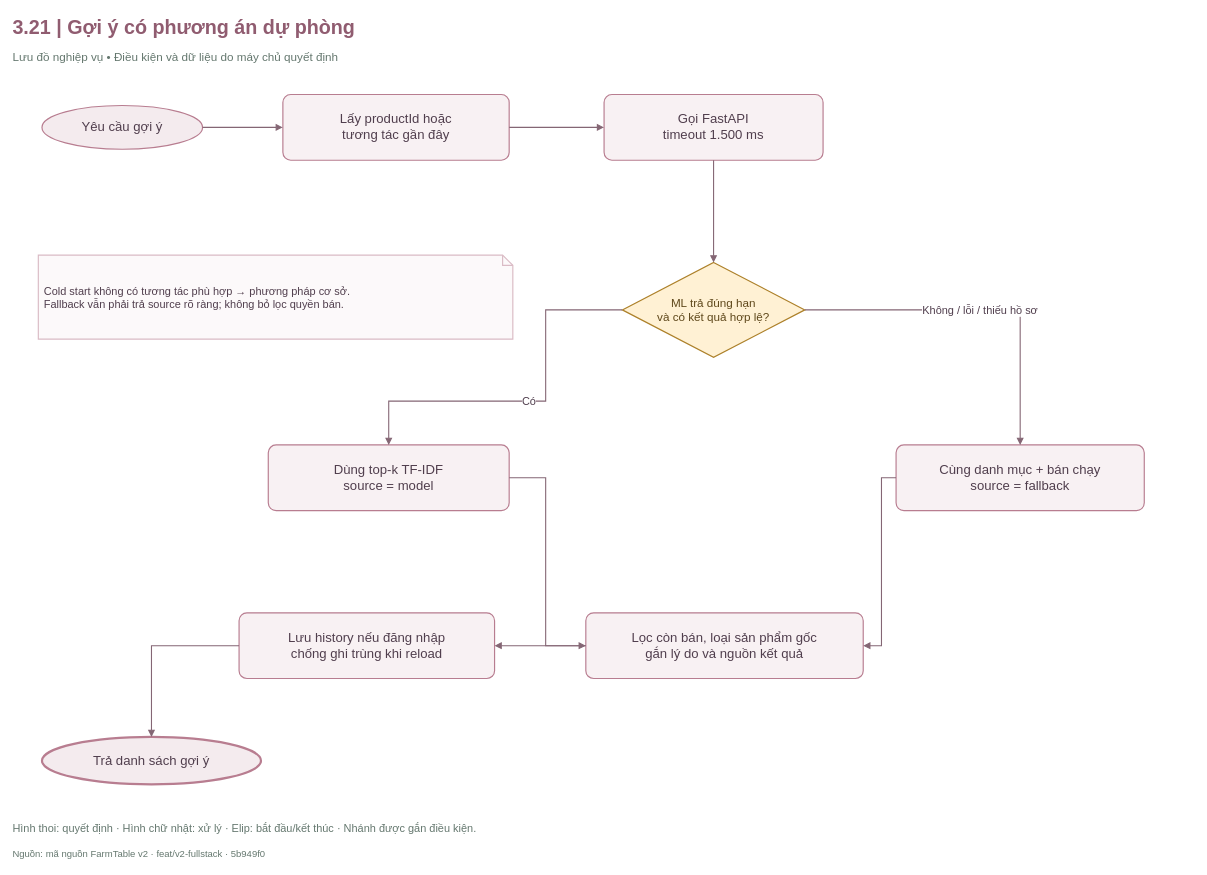
Earlier version of the draw.io diagram FarmTable_Chuong3/So_do_BA/drawio/Hinh_3_21.drawio (hathu1272006-eng/PTWnangcao). Source tidied: cells renumbered, new cells numbered last; positions are measured from the earlier drawing's top-left corner, leaving out a move shared by most shapes. Both pictures are drawn from the tidied source at 73%, with x=0, y=0 at pixel (12, 12).
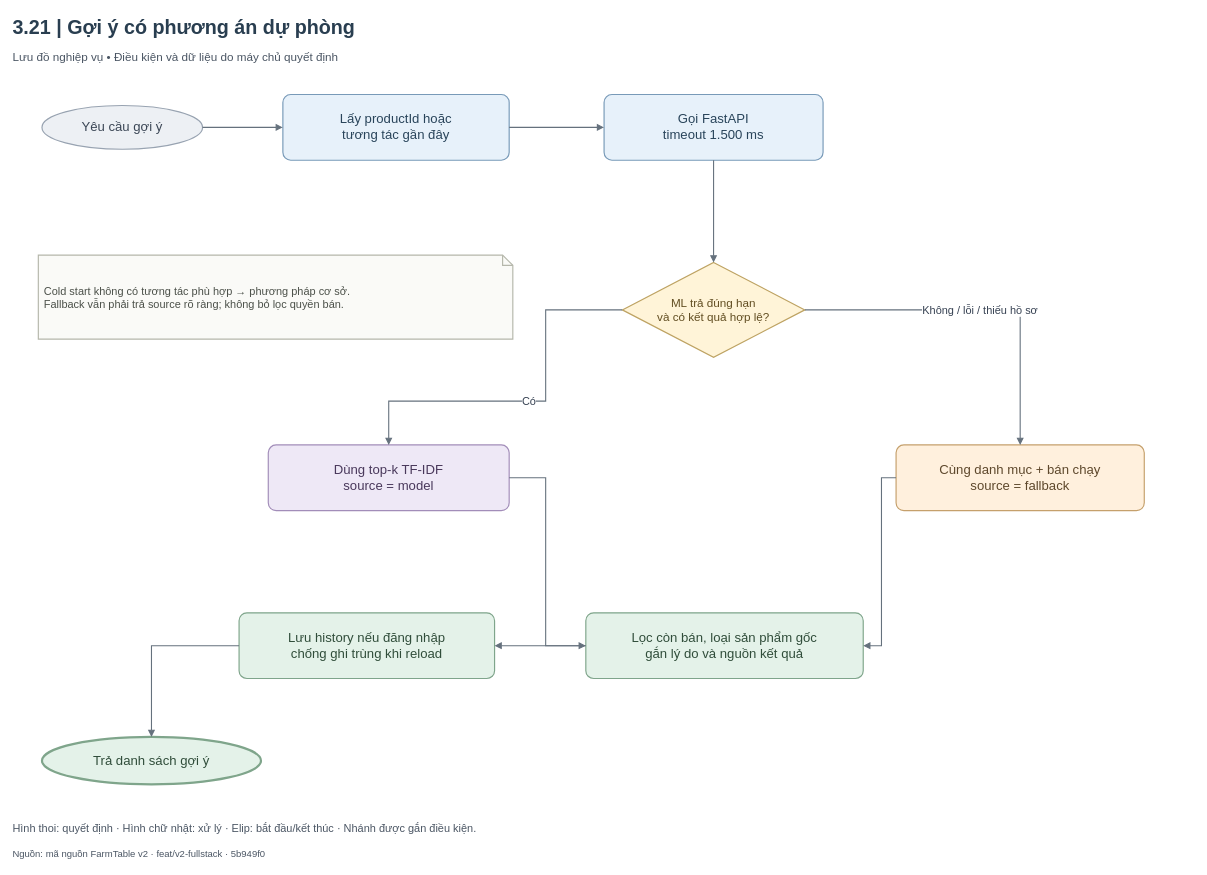
The same page after the edit.

Diff of the diagram source:
```diff
@@
-    <mxCell id="2" value="3.21  |  Gợi ý có phương án dự phòng" style="html=1;whiteSpace=wrap;fontFamily=Arial;fontSize=18;strokeColor=#245C47;strokeWidth=1.6;fillColor=#FFFFFF;spacing=8;text;strokeColor=none;fillColor=none;align=left;verticalAlign=middle;fontSize=27;fontStyle=1;spacing=0;fontColor=#905C70;" parent="1" vertex="1">
+    <mxCell id="2" value="3.21  |  Gợi ý có phương án dự phòng" style="html=1;whiteSpace=wrap;fontFamily=Arial;fontSize=18;strokeColor=#245C47;strokeWidth=1.6;fillColor=#FFFFFF;spacing=8;text;strokeColor=none;fillColor=none;align=left;verticalAlign=middle;fontSize=27;fontStyle=1;spacing=0;fontColor=#293E50;" parent="1" vertex="1">
       <mxGeometry width="1620" height="40" as="geometry" />
     </mxCell>
-    <mxCell id="3" value="Lưu đồ nghiệp vụ  •  Điều kiện và dữ liệu do máy chủ quyết định" style="html=1;whiteSpace=wrap;fontFamily=Arial;fontSize=18;fontColor=#243B32;strokeColor=#245C47;strokeWidth=1.6;fillColor=#FFFFFF;spacing=8;text;strokeColor=none;fillColor=none;align=left;verticalAlign=middle;fontSize=16;fontStyle=0;fontColor=#64776E;spacing=0;" parent="1" vertex="1">
+    <mxCell id="3" value="Lưu đồ nghiệp vụ  •  Điều kiện và dữ liệu do máy chủ quyết định" style="html=1;whiteSpace=wrap;fontFamily=Arial;fontSize=18;strokeColor=#245C47;strokeWidth=1.6;fillColor=#FFFFFF;spacing=8;text;strokeColor=none;fillColor=none;align=left;verticalAlign=middle;fontSize=16;fontStyle=0;spacing=0;fontColor=#4A5563;" parent="1" vertex="1">
       <mxGeometry y="47" width="1620" height="28" as="geometry" />
     </mxCell>
-    <mxCell id="4" value="Yêu cầu gợi ý" style="html=1;whiteSpace=wrap;fontFamily=Arial;fontSize=18;strokeWidth=1.6;spacing=8;ellipse;fillColor=#F4EBEE;strokeColor=#B87D90;fontColor=#503E4D;" parent="1" vertex="1">
+    <mxCell id="4" value="Yêu cầu gợi ý" style="html=1;whiteSpace=wrap;fontFamily=Arial;fontSize=18;strokeWidth=1.6;spacing=8;ellipse;fillColor=#EDF0F4;strokeColor=#98A3B1;fontColor=#3B4655;" parent="1" vertex="1">
       <mxGeometry x="40" y="127" width="220" height="60" as="geometry" />
     </mxCell>
-    <mxCell id="5" value="Lấy productId hoặc&lt;br/&gt;tương tác gần đây" style="html=1;whiteSpace=wrap;fontFamily=Arial;fontSize=18;strokeWidth=1.6;spacing=8;rounded=1;arcSize=12;fillColor=#F8F1F3;strokeColor=#B87D90;fontColor=#503E4D;" parent="1" vertex="1">
+    <mxCell id="5" value="Lấy productId hoặc&lt;br/&gt;tương tác gần đây" style="html=1;whiteSpace=wrap;fontFamily=Arial;fontSize=18;strokeWidth=1.6;spacing=8;rounded=1;arcSize=12;fillColor=#E7F1FA;strokeColor=#789AB8;fontColor=#29445A;" parent="1" vertex="1">
       <mxGeometry x="370" y="112" width="310" height="90" as="geometry" />
     </mxCell>
-    <mxCell id="6" value="Gọi FastAPI&lt;br/&gt;timeout 1.500 ms" style="html=1;whiteSpace=wrap;fontFamily=Arial;fontSize=18;strokeWidth=1.6;spacing=8;rounded=1;arcSize=12;fillColor=#F8F1F3;strokeColor=#B87D90;fontColor=#503E4D;" parent="1" vertex="1">
+    <mxCell id="6" value="Gọi FastAPI&lt;br/&gt;timeout 1.500 ms" style="html=1;whiteSpace=wrap;fontFamily=Arial;fontSize=18;strokeWidth=1.6;spacing=8;rounded=1;arcSize=12;fillColor=#E7F1FA;strokeColor=#789AB8;fontColor=#29445A;" parent="1" vertex="1">
       <mxGeometry x="810" y="112" width="300" height="90" as="geometry" />
     </mxCell>
-    <mxCell id="7" value="ML trả đúng hạn&lt;br/&gt;và có kết quả hợp lệ?" style="html=1;whiteSpace=wrap;fontFamily=Arial;fontSize=18;strokeWidth=1.6;spacing=8;rhombus;fontSize=16;spacing=3;fillColor=#FFF1D4;strokeColor=#AD812A;fontColor=#5F481B;" parent="1" vertex="1">
+    <mxCell id="7" value="ML trả đúng hạn&lt;br/&gt;và có kết quả hợp lệ?" style="html=1;whiteSpace=wrap;fontFamily=Arial;fontSize=18;strokeWidth=1.6;spacing=8;rhombus;fontSize=16;spacing=3;fillColor=#FFF4D8;strokeColor=#BEA363;fontColor=#624E22;" parent="1" vertex="1">
       <mxGeometry x="835" y="342" width="250" height="130" as="geometry" />
     </mxCell>
-    <mxCell id="8" value="Dùng top-k TF-IDF&lt;br/&gt;source = model" style="html=1;whiteSpace=wrap;fontFamily=Arial;fontSize=18;strokeWidth=1.6;spacing=8;rounded=1;arcSize=12;fillColor=#F8F1F3;strokeColor=#B87D90;fontColor=#503E4D;" parent="1" vertex="1">
+    <mxCell id="8" value="Dùng top-k TF-IDF&lt;br/&gt;source = model" style="html=1;whiteSpace=wrap;fontFamily=Arial;fontSize=18;strokeWidth=1.6;spacing=8;rounded=1;arcSize=12;fillColor=#EEE8F6;strokeColor=#A28DB9;fontColor=#49385B;" parent="1" vertex="1">
       <mxGeometry x="350" y="592" width="330" height="90" as="geometry" />
     </mxCell>
-    <mxCell id="9" value="Cùng danh mục + bán chạy&lt;br/&gt;source = fallback" style="html=1;whiteSpace=wrap;fontFamily=Arial;fontSize=18;strokeWidth=1.6;spacing=8;rounded=1;arcSize=12;fillColor=#F8F1F3;strokeColor=#B87D90;fontColor=#503E4D;" parent="1" vertex="1">
+    <mxCell id="9" value="Cùng danh mục + bán chạy&lt;br/&gt;source = fallback" style="html=1;whiteSpace=wrap;fontFamily=Arial;fontSize=18;strokeWidth=1.6;spacing=8;rounded=1;arcSize=12;fillColor=#FFF0DD;strokeColor=#C5A06C;fontColor=#5E482C;" parent="1" vertex="1">
       <mxGeometry x="1210" y="592" width="340" height="90" as="geometry" />
     </mxCell>
-    <mxCell id="10" value="Lọc còn bán, loại sản phẩm gốc&lt;br/&gt;gắn lý do và nguồn kết quả" style="html=1;whiteSpace=wrap;fontFamily=Arial;fontSize=18;strokeWidth=1.6;spacing=8;rounded=1;arcSize=12;fillColor=#F8F1F3;strokeColor=#B87D90;fontColor=#503E4D;" parent="1" vertex="1">
+    <mxCell id="10" value="Lọc còn bán, loại sản phẩm gốc&lt;br/&gt;gắn lý do và nguồn kết quả" style="html=1;whiteSpace=wrap;fontFamily=Arial;fontSize=18;strokeWidth=1.6;spacing=8;rounded=1;arcSize=12;fillColor=#E4F2E9;strokeColor=#7FA58B;fontColor=#304D3A;" parent="1" vertex="1">
       <mxGeometry x="785" y="822" width="380" height="90" as="geometry" />
     </mxCell>
-    <mxCell id="11" value="Lưu history nếu đăng nhập&lt;br/&gt;chống ghi trùng khi reload" style="html=1;whiteSpace=wrap;fontFamily=Arial;fontSize=18;strokeWidth=1.6;spacing=8;rounded=1;arcSize=12;fillColor=#F8F1F3;strokeColor=#B87D90;fontColor=#503E4D;" parent="1" vertex="1">
+    <mxCell id="11" value="Lưu history nếu đăng nhập&lt;br/&gt;chống ghi trùng khi reload" style="html=1;whiteSpace=wrap;fontFamily=Arial;fontSize=18;strokeWidth=1.6;spacing=8;rounded=1;arcSize=12;fillColor=#E4F2E9;strokeColor=#7FA58B;fontColor=#304D3A;" parent="1" vertex="1">
       <mxGeometry x="310" y="822" width="350" height="90" as="geometry" />
     </mxCell>
-    <mxCell id="12" value="Trả danh sách gợi ý" style="html=1;whiteSpace=wrap;fontFamily=Arial;fontSize=18;strokeWidth=1.6;spacing=8;ellipse;strokeWidth=3;fillColor=#F4EBEE;strokeColor=#B87D90;fontColor=#503E4D;" parent="1" vertex="1">
+    <mxCell id="12" value="Trả danh sách gợi ý" style="html=1;whiteSpace=wrap;fontFamily=Arial;fontSize=18;strokeWidth=1.6;spacing=8;ellipse;strokeWidth=3;fillColor=#E4F2E9;strokeColor=#7FA58B;fontColor=#304D3A;" parent="1" vertex="1">
       <mxGeometry x="40" y="992" width="300" height="65" as="geometry" />
     </mxCell>
-    <mxCell id="13" style="edgeStyle=orthogonalEdgeStyle;rounded=0;jettySize=20;html=1;fontFamily=Arial;fontSize=15;labelBackgroundColor=#FFFFFF;strokeWidth=1.5;endArrow=block;endFill=1;exitX=1;exitY=0.5;entryX=0;entryY=0.5;exitDx=0;exitDy=0;entryDx=0;entryDy=0;strokeColor=#846674;fontColor=#503E4D;" parent="1" edge="1" source="4" target="5">
+    <mxCell id="13" style="edgeStyle=orthogonalEdgeStyle;rounded=0;jettySize=20;html=1;fontFamily=Arial;fontSize=15;labelBackgroundColor=#FFFFFF;strokeWidth=1.5;endArrow=block;endFill=1;exitX=1;exitY=0.5;entryX=0;entryY=0.5;exitDx=0;exitDy=0;entryDx=0;entryDy=0;strokeColor=#65717D;fontColor=#364152;" parent="1" edge="1" source="4" target="5">
       <mxGeometry relative="1" as="geometry" />
     </mxCell>
-    <mxCell id="14" style="edgeStyle=orthogonalEdgeStyle;rounded=0;jettySize=20;html=1;fontFamily=Arial;fontSize=15;labelBackgroundColor=#FFFFFF;strokeWidth=1.5;endArrow=block;endFill=1;exitX=1;exitY=0.5;entryX=0;entryY=0.5;exitDx=0;exitDy=0;entryDx=0;entryDy=0;strokeColor=#846674;fontColor=#503E4D;" parent="1" edge="1" source="5" target="6">
+    <mxCell id="14" style="edgeStyle=orthogonalEdgeStyle;rounded=0;jettySize=20;html=1;fontFamily=Arial;fontSize=15;labelBackgroundColor=#FFFFFF;strokeWidth=1.5;endArrow=block;endFill=1;exitX=1;exitY=0.5;entryX=0;entryY=0.5;exitDx=0;exitDy=0;entryDx=0;entryDy=0;strokeColor=#65717D;fontColor=#364152;" parent="1" edge="1" source="5" target="6">
       <mxGeometry relative="1" as="geometry" />
     </mxCell>
-    <mxCell id="15" style="edgeStyle=orthogonalEdgeStyle;rounded=0;jettySize=20;html=1;fontFamily=Arial;fontSize=15;labelBackgroundColor=#FFFFFF;strokeWidth=1.5;endArrow=block;endFill=1;exitX=0.5;exitY=1;entryX=0.5;entryY=0;exitDx=0;exitDy=0;entryDx=0;entryDy=0;strokeColor=#846674;fontColor=#503E4D;" parent="1" edge="1" source="6" target="7">
+    <mxCell id="15" style="edgeStyle=orthogonalEdgeStyle;rounded=0;jettySize=20;html=1;fontFamily=Arial;fontSize=15;labelBackgroundColor=#FFFFFF;strokeWidth=1.5;endArrow=block;endFill=1;exitX=0.5;exitY=1;entryX=0.5;entryY=0;exitDx=0;exitDy=0;entryDx=0;entryDy=0;strokeColor=#65717D;fontColor=#364152;" parent="1" edge="1" source="6" target="7">
       <mxGeometry relative="1" as="geometry" />
     </mxCell>
-    <mxCell id="16" value="Có" style="edgeStyle=orthogonalEdgeStyle;rounded=0;jettySize=20;html=1;fontFamily=Arial;fontSize=15;labelBackgroundColor=#FFFFFF;strokeWidth=1.5;endArrow=block;endFill=1;exitX=0;exitY=0.5;entryX=0.5;entryY=0;exitDx=0;exitDy=0;entryDx=0;entryDy=0;strokeColor=#846674;fontColor=#503E4D;" parent="1" edge="1" source="7" target="8">
+    <mxCell id="16" value="Có" style="edgeStyle=orthogonalEdgeStyle;rounded=0;jettySize=20;html=1;fontFamily=Arial;fontSize=15;labelBackgroundColor=#FFFFFF;strokeWidth=1.5;endArrow=block;endFill=1;exitX=0;exitY=0.5;entryX=0.5;entryY=0;exitDx=0;exitDy=0;entryDx=0;entryDy=0;strokeColor=#65717D;fontColor=#364152;" parent="1" edge="1" source="7" target="8">
       <mxGeometry relative="1" as="geometry">
         <Array as="points">
           <mxPoint x="730" y="407" />
           <mxPoint x="730" y="532" />
           <mxPoint x="515" y="532" />
         </Array>
       </mxGeometry>
     </mxCell>
-    <mxCell id="17" value="Không / lỗi / thiếu hồ sơ" style="edgeStyle=orthogonalEdgeStyle;rounded=0;jettySize=20;html=1;fontFamily=Arial;fontSize=15;labelBackgroundColor=#FFFFFF;strokeWidth=1.5;endArrow=block;endFill=1;exitX=1;exitY=0.5;entryX=0.5;entryY=0;exitDx=0;exitDy=0;entryDx=0;entryDy=0;strokeColor=#846674;fontColor=#503E4D;" parent="1" edge="1" source="7" target="9">
+    <mxCell id="17" value="Không / lỗi / thiếu hồ sơ" style="edgeStyle=orthogonalEdgeStyle;rounded=0;jettySize=20;html=1;fontFamily=Arial;fontSize=15;labelBackgroundColor=#FFFFFF;strokeWidth=1.5;endArrow=block;endFill=1;exitX=1;exitY=0.5;entryX=0.5;entryY=0;exitDx=0;exitDy=0;entryDx=0;entryDy=0;strokeColor=#65717D;fontColor=#364152;" parent="1" edge="1" source="7" target="9">
       <mxGeometry relative="1" as="geometry" />
     </mxCell>
-    <mxCell id="18" style="edgeStyle=orthogonalEdgeStyle;rounded=0;jettySize=20;html=1;fontFamily=Arial;fontSize=15;labelBackgroundColor=#FFFFFF;strokeWidth=1.5;endArrow=block;endFill=1;exitX=1;exitY=0.5;entryX=0;entryY=0.5;exitDx=0;exitDy=0;entryDx=0;entryDy=0;strokeColor=#846674;fontColor=#503E4D;" parent="1" edge="1" source="8" target="10">
+    <mxCell id="18" style="edgeStyle=orthogonalEdgeStyle;rounded=0;jettySize=20;html=1;fontFamily=Arial;fontSize=15;labelBackgroundColor=#FFFFFF;strokeWidth=1.5;endArrow=block;endFill=1;exitX=1;exitY=0.5;entryX=0;entryY=0.5;exitDx=0;exitDy=0;entryDx=0;entryDy=0;strokeColor=#65717D;fontColor=#364152;" parent="1" edge="1" source="8" target="10">
       <mxGeometry relative="1" as="geometry">
         <Array as="points">
           <mxPoint x="730" y="637" />
           <mxPoint x="730" y="867" />
         </Array>
       </mxGeometry>
     </mxCell>
-    <mxCell id="19" style="edgeStyle=orthogonalEdgeStyle;rounded=0;jettySize=20;html=1;fontFamily=Arial;fontSize=15;labelBackgroundColor=#FFFFFF;strokeWidth=1.5;endArrow=block;endFill=1;exitX=0;exitY=0.5;entryX=1;entryY=0.5;exitDx=0;exitDy=0;entryDx=0;entryDy=0;strokeColor=#846674;fontColor=#503E4D;" parent="1" edge="1" source="9" target="10">
+    <mxCell id="19" style="edgeStyle=orthogonalEdgeStyle;rounded=0;jettySize=20;html=1;fontFamily=Arial;fontSize=15;labelBackgroundColor=#FFFFFF;strokeWidth=1.5;endArrow=block;endFill=1;exitX=0;exitY=0.5;entryX=1;entryY=0.5;exitDx=0;exitDy=0;entryDx=0;entryDy=0;strokeColor=#65717D;fontColor=#364152;" parent="1" edge="1" source="9" target="10">
       <mxGeometry relative="1" as="geometry">
         <Array as="points">
           <mxPoint x="1190" y="637" />
           <mxPoint x="1190" y="867" />
         </Array>
       </mxGeometry>
     </mxCell>
-    <mxCell id="20" style="edgeStyle=orthogonalEdgeStyle;rounded=0;jettySize=20;html=1;fontFamily=Arial;fontSize=15;labelBackgroundColor=#FFFFFF;strokeWidth=1.5;endArrow=block;endFill=1;exitX=0;exitY=0.5;entryX=1;entryY=0.5;exitDx=0;exitDy=0;entryDx=0;entryDy=0;strokeColor=#846674;fontColor=#503E4D;" parent="1" edge="1" source="10" target="11">
+    <mxCell id="20" style="edgeStyle=orthogonalEdgeStyle;rounded=0;jettySize=20;html=1;fontFamily=Arial;fontSize=15;labelBackgroundColor=#FFFFFF;strokeWidth=1.5;endArrow=block;endFill=1;exitX=0;exitY=0.5;entryX=1;entryY=0.5;exitDx=0;exitDy=0;entryDx=0;entryDy=0;strokeColor=#65717D;fontColor=#364152;" parent="1" edge="1" source="10" target="11">
       <mxGeometry relative="1" as="geometry" />
     </mxCell>
-    <mxCell id="21" style="edgeStyle=orthogonalEdgeStyle;rounded=0;jettySize=20;html=1;fontFamily=Arial;fontSize=15;labelBackgroundColor=#FFFFFF;strokeWidth=1.5;endArrow=block;endFill=1;exitX=0;exitY=0.5;entryX=0.5;entryY=0;exitDx=0;exitDy=0;entryDx=0;entryDy=0;strokeColor=#846674;fontColor=#503E4D;" parent="1" edge="1" source="11" target="12">
+    <mxCell id="21" style="edgeStyle=orthogonalEdgeStyle;rounded=0;jettySize=20;html=1;fontFamily=Arial;fontSize=15;labelBackgroundColor=#FFFFFF;strokeWidth=1.5;endArrow=block;endFill=1;exitX=0;exitY=0.5;entryX=0.5;entryY=0;exitDx=0;exitDy=0;entryDx=0;entryDy=0;strokeColor=#65717D;fontColor=#364152;" parent="1" edge="1" source="11" target="12">
       <mxGeometry relative="1" as="geometry" />
     </mxCell>
-    <mxCell id="22" value="Cold start không có tương tác phù hợp → phương pháp cơ sở.&lt;br/&gt;Fallback vẫn phải trả source rõ ràng; không bỏ lọc quyền bán." style="html=1;whiteSpace=wrap;fontFamily=Arial;fontSize=18;strokeWidth=1.6;spacing=8;shape=note;size=14;align=left;fontSize=15;fillColor=#FCF9FA;strokeColor=#DABBC5;fontColor=#503E4D;" parent="1" vertex="1">
+    <mxCell id="22" value="Cold start không có tương tác phù hợp → phương pháp cơ sở.&lt;br/&gt;Fallback vẫn phải trả source rõ ràng; không bỏ lọc quyền bán." style="html=1;whiteSpace=wrap;fontFamily=Arial;fontSize=18;strokeWidth=1.6;spacing=8;shape=note;size=14;align=left;fontSize=15;fillColor=#FAFAF7;strokeColor=#B5B7AB;fontColor=#4B5049;" parent="1" vertex="1">
       <mxGeometry x="35" y="332" width="650" height="115" as="geometry" />
     </mxCell>
-    <mxCell id="23" value="Hình thoi: quyết định · Hình chữ nhật: xử lý · Elip: bắt đầu/kết thúc · Nhánh được gắn điều kiện." style="html=1;whiteSpace=wrap;fontFamily=Arial;fontSize=18;fontColor=#243B32;strokeColor=#245C47;strokeWidth=1.6;fillColor=#FFFFFF;spacing=8;text;strokeColor=none;fillColor=none;align=left;verticalAlign=middle;fontSize=15;fontStyle=0;fontColor=#64776E;spacing=0;" parent="1" vertex="1">
+    <mxCell id="23" value="Hình thoi: quyết định · Hình chữ nhật: xử lý · Elip: bắt đầu/kết thúc · Nhánh được gắn điều kiện." style="html=1;whiteSpace=wrap;fontFamily=Arial;fontSize=18;strokeColor=#245C47;strokeWidth=1.6;fillColor=#FFFFFF;spacing=8;text;strokeColor=none;fillColor=none;align=left;verticalAlign=middle;fontSize=15;fontStyle=0;spacing=0;fontColor=#4A5563;" parent="1" vertex="1">
       <mxGeometry y="1099" width="1620" height="35" as="geometry" />
     </mxCell>
-    <mxCell id="24" value="Nguồn: mã nguồn FarmTable v2 · feat/v2-fullstack · 5b949f0" style="html=1;whiteSpace=wrap;fontFamily=Arial;fontSize=18;fontColor=#243B32;strokeColor=#245C47;strokeWidth=1.6;fillColor=#FFFFFF;spacing=8;text;strokeColor=none;fillColor=none;align=left;verticalAlign=middle;fontSize=13;fontStyle=0;fontColor=#64776E;spacing=0;" parent="1" vertex="1">
+    <mxCell id="24" value="Nguồn: mã nguồn FarmTable v2 · feat/v2-fullstack · 5b949f0" style="html=1;whiteSpace=wrap;fontFamily=Arial;fontSize=18;strokeColor=#245C47;strokeWidth=1.6;fillColor=#FFFFFF;spacing=8;text;strokeColor=none;fillColor=none;align=left;verticalAlign=middle;fontSize=13;fontStyle=0;spacing=0;fontColor=#4A5563;" parent="1" vertex="1">
       <mxGeometry y="1140" width="1620" height="24" as="geometry" />
     </mxCell>
```
